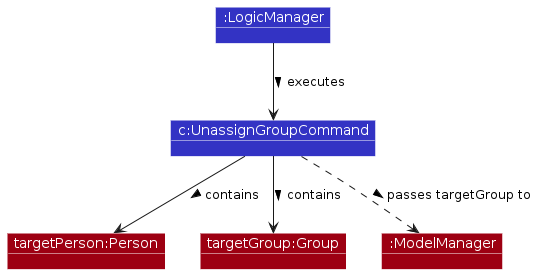
AY2526S2-CS2103T-W11-2/tp keeps this PlantUML diagram as diagrams/unassign-group/GroupUnassignExecution.png. Above is the earlier version. Its source is kept beside it as diagrams/unassign-group/GroupUnassignExecution.puml. Source of this version:
```plantuml
@startuml unassign-group/GroupUnassignExecution /' Renames the file to kebab-case when exported as an image.'/
!include ../style.puml
skinparam ArrowFontStyle plain

skinparam shadowing false
skinparam ObjectFontColor #FFFFFF
skinparam ObjectAttributeFontColor #FFFFFF
skinparam ObjectBorderColor #FFFFFF

show objects
show members

object ":LogicManager" as LogicManager LOGIC_COLOR
object "c:UnassignGroupCommand" as UnassignGroupCommand LOGIC_COLOR
object "targetPerson:Person" as Person MODEL_COLOR
object "targetGroup:Group" as Group MODEL_COLOR
object ":ModelManager" as ModelManager MODEL_COLOR

LogicManager --> UnassignGroupCommand : executes >
UnassignGroupCommand --> Person : contains >
UnassignGroupCommand --> Group : contains >
UnassignGroupCommand ..> ModelManager : passes targetGroup to >
@enduml
```
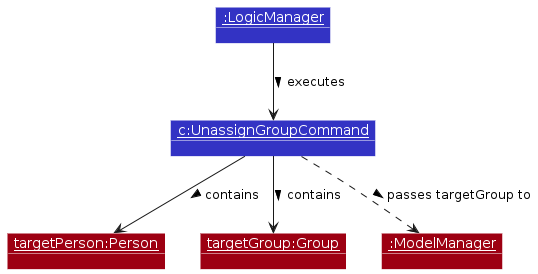
Above is the later version.

What changed in the source:
```diff
@@ -10,11 +10,11 @@
 show objects
 show members
 
-object ":LogicManager" as LogicManager LOGIC_COLOR
-object "c:UnassignGroupCommand" as UnassignGroupCommand LOGIC_COLOR
-object "targetPerson:Person" as Person MODEL_COLOR
-object "targetGroup:Group" as Group MODEL_COLOR
-object ":ModelManager" as ModelManager MODEL_COLOR
+object "<u>:LogicManager</u>" as LogicManager LOGIC_COLOR
+object "<u>c:UnassignGroupCommand</u>" as UnassignGroupCommand LOGIC_COLOR
+object "<u>targetPerson:Person</u>" as Person MODEL_COLOR
+object "<u>targetGroup:Group</u>" as Group MODEL_COLOR
+object "<u>:ModelManager</u>" as ModelManager MODEL_COLOR
 
 LogicManager --> UnassignGroupCommand : executes >
 UnassignGroupCommand --> Person : contains >
```
